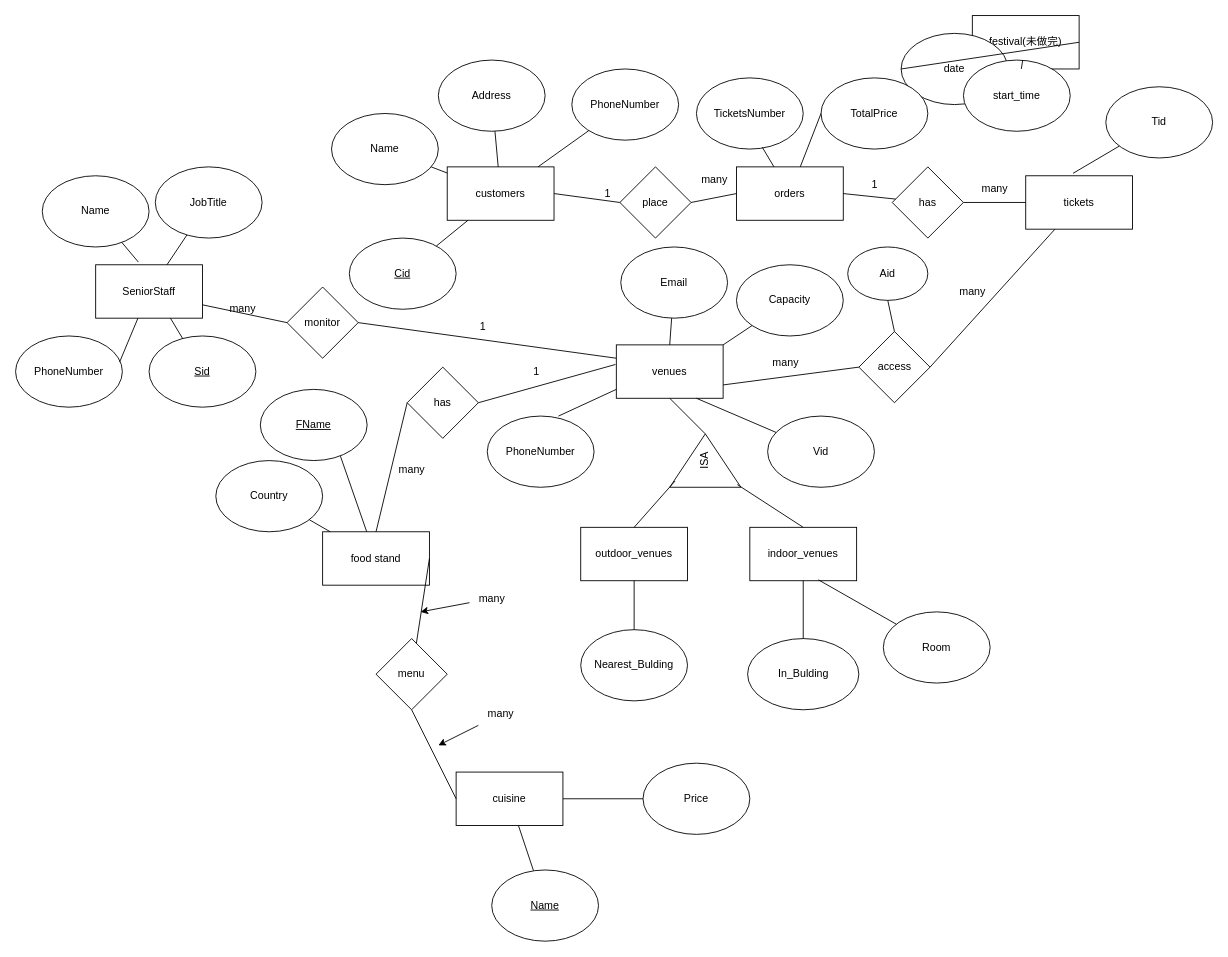
clostea/draw keeps this draw.io diagram as dataweek1.drawio. Above is the earlier version. Source tidied: cells renumbered, new cells numbered last; positions are measured from the earlier drawing's top-left corner, leaving out a move shared by most shapes. Both pictures are drawn from the tidied source at 89%, with x=0, y=0 at pixel (15, 15).
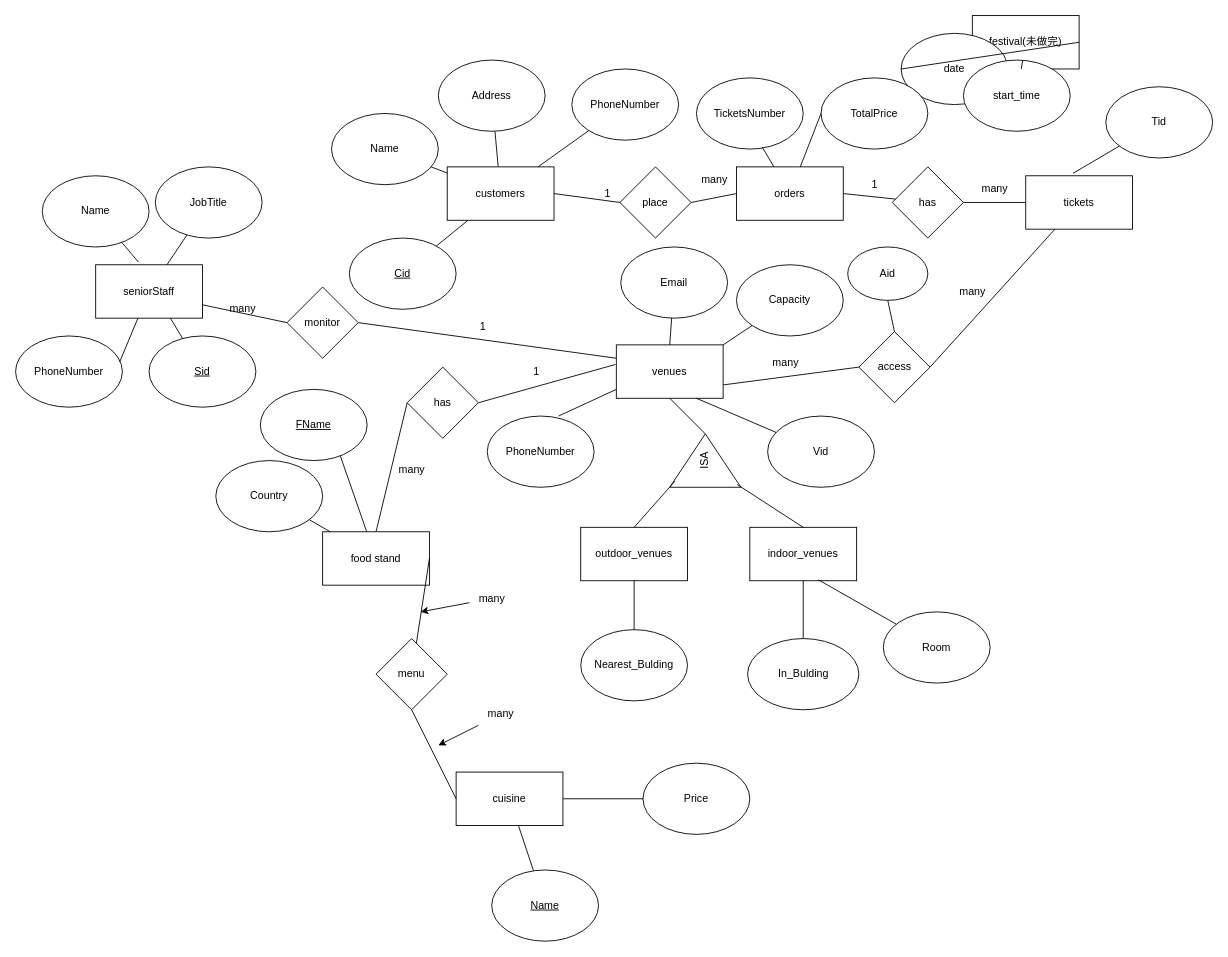
Above is the later version.

Change to the diagram source:
```diff
@@
-    <mxCell id="56" value="SeniorStaff" style="rounded=0;whiteSpace=wrap;html=1;" parent="1" vertex="1">
+    <mxCell id="56" value="seniorStaff" style="rounded=0;whiteSpace=wrap;html=1;" parent="1" vertex="1">
       <mxGeometry x="90" y="280" width="120" height="60" as="geometry" />
     </mxCell>
```
